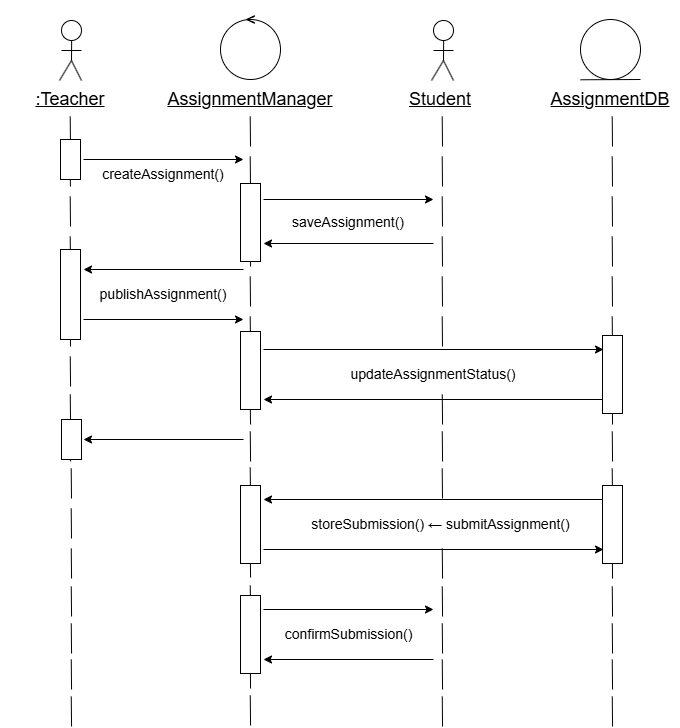
Above: Sequence Diagrams/Sequence Diagram 1 (Assignment Submission).drawio.png in LeandroBakollari/learning-platform (draw.io), before the change. Source tidied: cells renumbered, new cells last; positions are measured from the earlier drawing's top-left corner, leaving out a move shared by most shapes.
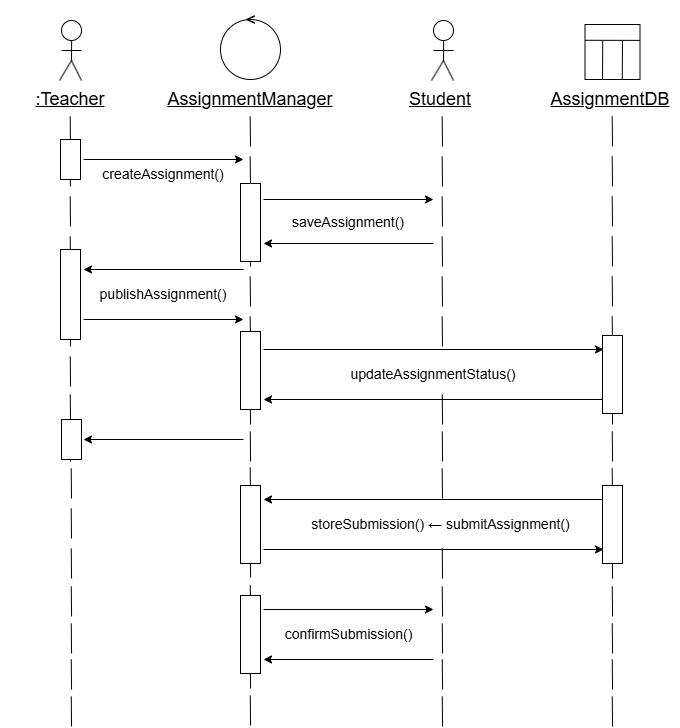
The same diagram one commit later.

Commit message:
Added Sequence Diagram 1

Assignment Submission Diagram

Change to the diagram source:
```diff
@@ -694,15 +694,6 @@
     <mxCell id="97" value="&lt;font style=&quot;font-size: 18px;&quot;&gt;&amp;lt;&lt;/font&gt;" style="text;html=1;align=center;verticalAlign=middle;strokeColor=none;fillColor=none;" parent="1" vertex="1">
       <mxGeometry x="235" width="30" height="40" as="geometry" />
     </mxCell>
-    <mxCell id="98" style="ellipse;whiteSpace=wrap;html=1;" parent="1" vertex="1">
-      <mxGeometry x="580" y="19" width="60" height="60" as="geometry" />
-    </mxCell>
-    <mxCell id="99" style="endArrow=none;html=1;rounded=0;" parent="1" edge="1">
-      <mxGeometry relative="1" as="geometry">
-        <mxPoint x="580" y="79.3" as="sourcePoint" />
-        <mxPoint x="640" y="79" as="targetPoint" />
-      </mxGeometry>
-    </mxCell>
     <mxCell id="100" style="endArrow=none;html=1;rounded=0;" parent="1" edge="1" target="101">
       <mxGeometry relative="1" as="geometry">
         <mxPoint x="70" y="186" as="sourcePoint" />
@@ -786,5 +777,25 @@
     <mxCell id="115" style="rounded=0;whiteSpace=wrap;html=1;" parent="1" vertex="1">
       <mxGeometry x="602" y="335" width="20" height="78" as="geometry" />
     </mxCell>
+    <mxCell id="116" style="whiteSpace=wrap;html=1;" parent="1" vertex="1">
+      <mxGeometry x="584.5" y="24" width="55" height="55" as="geometry" />
+    </mxCell>
+    <mxCell id="117" style="endArrow=none;html=1;rounded=0;entryX=0.998;entryY=0.289;entryDx=0;entryDy=0;entryPerimeter=0;" parent="1" edge="1" target="116">
+      <mxGeometry relative="1" as="geometry">
+        <mxPoint x="584.5" y="39.8" as="sourcePoint" />
+      </mxGeometry>
+    </mxCell>
+    <mxCell id="118" style="endArrow=none;html=1;rounded=0;exitX=0.332;exitY=0.985;exitDx=0;exitDy=0;exitPerimeter=0;" parent="1" edge="1">
+      <mxGeometry relative="1" as="geometry">
+        <mxPoint x="602" y="79" as="sourcePoint" />
+        <mxPoint x="602.2" y="39.8" as="targetPoint" />
+      </mxGeometry>
+    </mxCell>
+    <mxCell id="119" style="endArrow=none;html=1;rounded=0;exitX=0.332;exitY=0.985;exitDx=0;exitDy=0;exitPerimeter=0;" parent="1" edge="1">
+      <mxGeometry relative="1" as="geometry">
+        <mxPoint x="621.8" y="79.2" as="sourcePoint" />
+        <mxPoint x="622" y="40" as="targetPoint" />
+      </mxGeometry>
+    </mxCell>
   </root>
 </mxGraphModel>
```
